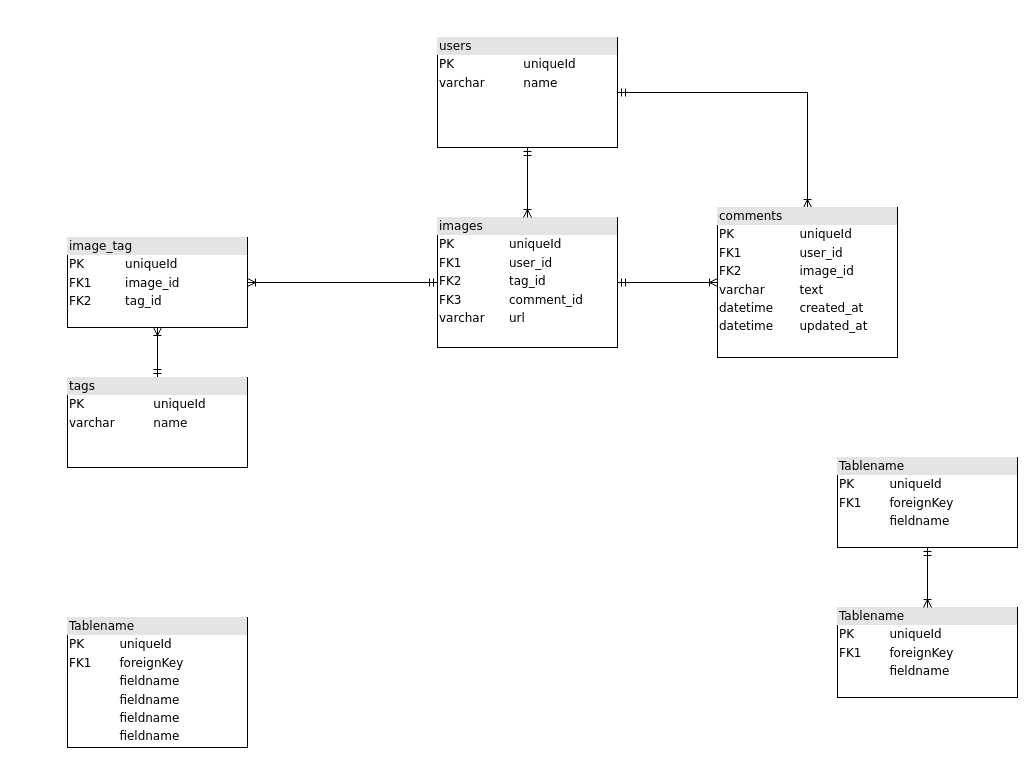
Before: Untitled Diagram.drawio in demagoit/WEB_Project, a draw.io diagram. Source tidied: cells renumbered, new cells numbered last; positions are measured from the earlier drawing's top-left corner, leaving out a move shared by most shapes. Both pictures are drawn from the tidied source at 100%, with x=0, y=0 at pixel (67, 37).
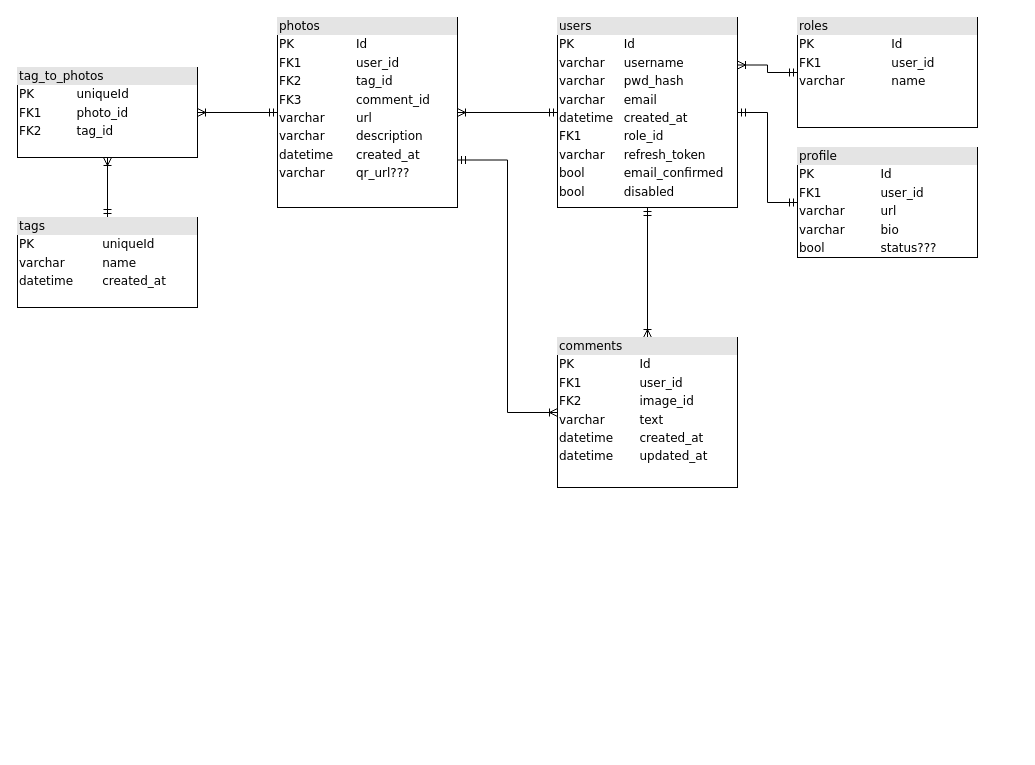
After the change.

Commit message:
DB_schema_upd_16.05.24

Change to the diagram source:
```diff
@@
 <mxGraphModel>
   <root>
     <mxCell id="0" />
     <mxCell id="1" parent="0" />
-    <mxCell id="2" value="&lt;div style=&quot;box-sizing:border-box;width:100%;background:#e4e4e4;padding:2px;&quot;&gt;Tablename&lt;/div&gt;&lt;table style=&quot;width:100%;font-size:1em;&quot; cellpadding=&quot;2&quot; cellspacing=&quot;0&quot;&gt;&lt;tr&gt;&lt;td&gt;PK&lt;/td&gt;&lt;td&gt;uniqueId&lt;/td&gt;&lt;/tr&gt;&lt;tr&gt;&lt;td&gt;FK1&lt;/td&gt;&lt;td&gt;foreignKey&lt;/td&gt;&lt;/tr&gt;&lt;tr&gt;&lt;td&gt;&lt;/td&gt;&lt;td&gt;fieldname&lt;/td&gt;&lt;/tr&gt;&lt;/table&gt;" style="verticalAlign=top;align=left;overflow=fill;html=1;rounded=0;shadow=0;comic=0;labelBackgroundColor=none;strokeWidth=1;fontFamily=Verdana;fontSize=12;" parent="1" vertex="1">
-      <mxGeometry x="770" y="420" width="180" height="90" as="geometry" />
-    </mxCell>
-    <mxCell id="3" style="edgeStyle=orthogonalEdgeStyle;rounded=0;jettySize=auto;html=1;startArrow=ERmandOne;startFill=0;endArrow=ERoneToMany;endFill=0;" parent="1" edge="1" source="4" target="13">
+    <mxCell id="3" style="edgeStyle=orthogonalEdgeStyle;rounded=0;jettySize=auto;html=1;startArrow=ERmandOne;startFill=0;endArrow=ERoneToMany;endFill=0;entryX=0;entryY=0.5;entryDx=0;entryDy=0;exitX=1;exitY=0.75;exitDx=0;exitDy=0;" parent="1" edge="1" source="4" target="13">
       <mxGeometry relative="1" as="geometry" />
     </mxCell>
-    <mxCell id="4" value="&lt;div style=&quot;box-sizing: border-box ; width: 100% ; background: #e4e4e4 ; padding: 2px&quot;&gt;images&lt;/div&gt;&lt;table style=&quot;width: 100% ; font-size: 1em&quot; cellpadding=&quot;2&quot; cellspacing=&quot;0&quot;&gt;&lt;tbody&gt;&lt;tr&gt;&lt;td&gt;PK&lt;/td&gt;&lt;td&gt;uniqueId&lt;/td&gt;&lt;/tr&gt;&lt;tr&gt;&lt;td&gt;FK1&lt;/td&gt;&lt;td&gt;user_id&lt;/td&gt;&lt;/tr&gt;&lt;tr&gt;&lt;td&gt;FK2&lt;/td&gt;&lt;td&gt;tag_id&lt;/td&gt;&lt;/tr&gt;&lt;tr&gt;&lt;td&gt;FK3&lt;br&gt;&lt;/td&gt;&lt;td&gt;comment_id&lt;br&gt;&lt;/td&gt;&lt;/tr&gt;&lt;tr&gt;&lt;td&gt;varchar&lt;br&gt;&lt;/td&gt;&lt;td&gt;url&lt;br&gt;&lt;/td&gt;&lt;/tr&gt;&lt;tr&gt;&lt;td&gt;&lt;br&gt;&lt;/td&gt;&lt;td&gt;&lt;br&gt;&lt;/td&gt;&lt;/tr&gt;&lt;/tbody&gt;&lt;/table&gt;" style="verticalAlign=top;align=left;overflow=fill;html=1;rounded=0;shadow=0;comic=0;labelBackgroundColor=none;strokeWidth=1;fontFamily=Verdana;fontSize=12;" parent="1" vertex="1">
-      <mxGeometry x="370" y="180" width="180" height="130" as="geometry" />
+    <mxCell id="4" value="&lt;div style=&quot;box-sizing: border-box ; width: 100% ; background: #e4e4e4 ; padding: 2px&quot;&gt;photos&lt;/div&gt;&lt;table style=&quot;width: 100% ; font-size: 1em&quot; cellpadding=&quot;2&quot; cellspacing=&quot;0&quot;&gt;&lt;tbody&gt;&lt;tr&gt;&lt;td&gt;PK&lt;/td&gt;&lt;td&gt;Id&lt;/td&gt;&lt;/tr&gt;&lt;tr&gt;&lt;td&gt;FK1&lt;/td&gt;&lt;td&gt;user_id&lt;/td&gt;&lt;/tr&gt;&lt;tr&gt;&lt;td&gt;FK2&lt;/td&gt;&lt;td&gt;tag_id&lt;/td&gt;&lt;/tr&gt;&lt;tr&gt;&lt;td&gt;FK3&lt;br&gt;&lt;/td&gt;&lt;td&gt;comment_id&lt;br&gt;&lt;/td&gt;&lt;/tr&gt;&lt;tr&gt;&lt;td&gt;varchar&lt;br&gt;&lt;/td&gt;&lt;td&gt;url&lt;br&gt;&lt;/td&gt;&lt;/tr&gt;&lt;tr&gt;&lt;td&gt;varchar&lt;/td&gt;&lt;td&gt;description&lt;/td&gt;&lt;/tr&gt;&lt;tr&gt;&lt;td&gt;datetime&lt;/td&gt;&lt;td&gt;created_at&lt;/td&gt;&lt;/tr&gt;&lt;tr&gt;&lt;td&gt;varchar&lt;/td&gt;&lt;td&gt;qr_url???&lt;/td&gt;&lt;/tr&gt;&lt;tr&gt;&lt;td&gt;&lt;br&gt;&lt;/td&gt;&lt;td&gt;&lt;br&gt;&lt;/td&gt;&lt;/tr&gt;&lt;tr&gt;&lt;td&gt;&lt;br&gt;&lt;/td&gt;&lt;td&gt;&lt;br&gt;&lt;/td&gt;&lt;/tr&gt;&lt;tr&gt;&lt;td&gt;&lt;br&gt;&lt;/td&gt;&lt;td&gt;&lt;br&gt;&lt;/td&gt;&lt;/tr&gt;&lt;/tbody&gt;&lt;/table&gt;" style="verticalAlign=top;align=left;overflow=fill;html=1;rounded=0;shadow=0;comic=0;labelBackgroundColor=none;strokeWidth=1;fontFamily=Verdana;fontSize=12;" parent="1" vertex="1">
+      <mxGeometry x="210" y="-20" width="180" height="190" as="geometry" />
     </mxCell>
     <mxCell id="5" style="edgeStyle=orthogonalEdgeStyle;html=1;labelBackgroundColor=none;startArrow=ERmandOne;endArrow=ERoneToMany;fontFamily=Verdana;fontSize=12;align=left;" parent="1" edge="1" source="6" target="8">
       <mxGeometry relative="1" as="geometry" />
     </mxCell>
-    <mxCell id="6" value="&lt;div style=&quot;box-sizing: border-box ; width: 100% ; background: #e4e4e4 ; padding: 2px&quot;&gt;tags&lt;/div&gt;&lt;table style=&quot;width: 100% ; font-size: 1em&quot; cellpadding=&quot;2&quot; cellspacing=&quot;0&quot;&gt;&lt;tbody&gt;&lt;tr&gt;&lt;td&gt;PK&lt;/td&gt;&lt;td&gt;uniqueId&lt;/td&gt;&lt;/tr&gt;&lt;tr&gt;&lt;td&gt;varchar&lt;/td&gt;&lt;td&gt;name&lt;/td&gt;&lt;/tr&gt;&lt;tr&gt;&lt;td&gt;&lt;/td&gt;&lt;td&gt;&lt;br&gt;&lt;/td&gt;&lt;/tr&gt;&lt;tr&gt;&lt;td&gt;&lt;br&gt;&lt;/td&gt;&lt;td&gt;&lt;br&gt;&lt;/td&gt;&lt;/tr&gt;&lt;/tbody&gt;&lt;/table&gt;" style="verticalAlign=top;align=left;overflow=fill;html=1;rounded=0;shadow=0;comic=0;labelBackgroundColor=none;strokeWidth=1;fontFamily=Verdana;fontSize=12;" parent="1" vertex="1">
-      <mxGeometry y="340" width="180" height="90" as="geometry" />
+    <mxCell id="6" value="&lt;div style=&quot;box-sizing: border-box ; width: 100% ; background: #e4e4e4 ; padding: 2px&quot;&gt;tags&lt;/div&gt;&lt;table style=&quot;width: 100% ; font-size: 1em&quot; cellpadding=&quot;2&quot; cellspacing=&quot;0&quot;&gt;&lt;tbody&gt;&lt;tr&gt;&lt;td&gt;PK&lt;/td&gt;&lt;td&gt;uniqueId&lt;/td&gt;&lt;/tr&gt;&lt;tr&gt;&lt;td&gt;varchar&lt;/td&gt;&lt;td&gt;name&lt;/td&gt;&lt;/tr&gt;&lt;tr&gt;&lt;td&gt;datetime&lt;/td&gt;&lt;td&gt;created_at&lt;/td&gt;&lt;/tr&gt;&lt;tr&gt;&lt;td&gt;&lt;br&gt;&lt;/td&gt;&lt;td&gt;&lt;br&gt;&lt;/td&gt;&lt;/tr&gt;&lt;/tbody&gt;&lt;/table&gt;" style="verticalAlign=top;align=left;overflow=fill;html=1;rounded=0;shadow=0;comic=0;labelBackgroundColor=none;strokeWidth=1;fontFamily=Verdana;fontSize=12;" parent="1" vertex="1">
+      <mxGeometry x="-50" y="180" width="180" height="90" as="geometry" />
     </mxCell>
     <mxCell id="7" style="edgeStyle=orthogonalEdgeStyle;rounded=0;jettySize=auto;html=1;entryX=0;entryY=0.5;entryDx=0;entryDy=0;startArrow=ERoneToMany;startFill=0;endArrow=ERmandOne;endFill=0;" parent="1" edge="1" source="8" target="4">
       <mxGeometry relative="1" as="geometry" />
     </mxCell>
-    <mxCell id="8" value="&lt;div style=&quot;box-sizing: border-box ; width: 100% ; background: #e4e4e4 ; padding: 2px&quot;&gt;image_tag&lt;/div&gt;&lt;table style=&quot;width: 100% ; font-size: 1em&quot; cellpadding=&quot;2&quot; cellspacing=&quot;0&quot;&gt;&lt;tbody&gt;&lt;tr&gt;&lt;td&gt;PK&lt;/td&gt;&lt;td&gt;uniqueId&lt;/td&gt;&lt;/tr&gt;&lt;tr&gt;&lt;td&gt;FK1&lt;/td&gt;&lt;td&gt;image_id&lt;/td&gt;&lt;/tr&gt;&lt;tr&gt;&lt;td&gt;FK2&lt;/td&gt;&lt;td&gt;tag_id&lt;/td&gt;&lt;/tr&gt;&lt;tr&gt;&lt;td&gt;&lt;br&gt;&lt;/td&gt;&lt;td&gt;&lt;br&gt;&lt;/td&gt;&lt;/tr&gt;&lt;/tbody&gt;&lt;/table&gt;" style="verticalAlign=top;align=left;overflow=fill;html=1;rounded=0;shadow=0;comic=0;labelBackgroundColor=none;strokeWidth=1;fontFamily=Verdana;fontSize=12;" parent="1" vertex="1">
-      <mxGeometry y="200" width="180" height="90" as="geometry" />
+    <mxCell id="8" value="&lt;div style=&quot;box-sizing: border-box ; width: 100% ; background: #e4e4e4 ; padding: 2px&quot;&gt;tag_to_photos&lt;/div&gt;&lt;table style=&quot;width: 100% ; font-size: 1em&quot; cellpadding=&quot;2&quot; cellspacing=&quot;0&quot;&gt;&lt;tbody&gt;&lt;tr&gt;&lt;td&gt;PK&lt;/td&gt;&lt;td&gt;uniqueId&lt;/td&gt;&lt;/tr&gt;&lt;tr&gt;&lt;td&gt;FK1&lt;/td&gt;&lt;td&gt;photo_id&lt;/td&gt;&lt;/tr&gt;&lt;tr&gt;&lt;td&gt;FK2&lt;/td&gt;&lt;td&gt;tag_id&lt;/td&gt;&lt;/tr&gt;&lt;tr&gt;&lt;td&gt;&lt;br&gt;&lt;/td&gt;&lt;td&gt;&lt;br&gt;&lt;/td&gt;&lt;/tr&gt;&lt;/tbody&gt;&lt;/table&gt;" style="verticalAlign=top;align=left;overflow=fill;html=1;rounded=0;shadow=0;comic=0;labelBackgroundColor=none;strokeWidth=1;fontFamily=Verdana;fontSize=12;" parent="1" vertex="1">
+      <mxGeometry x="-50" y="30" width="180" height="90" as="geometry" />
     </mxCell>
-    <mxCell id="9" value="&lt;div style=&quot;box-sizing:border-box;width:100%;background:#e4e4e4;padding:2px;&quot;&gt;Tablename&lt;/div&gt;&lt;table style=&quot;width:100%;font-size:1em;&quot; cellpadding=&quot;2&quot; cellspacing=&quot;0&quot;&gt;&lt;tr&gt;&lt;td&gt;PK&lt;/td&gt;&lt;td&gt;uniqueId&lt;/td&gt;&lt;/tr&gt;&lt;tr&gt;&lt;td&gt;FK1&lt;/td&gt;&lt;td&gt;foreignKey&lt;/td&gt;&lt;/tr&gt;&lt;tr&gt;&lt;td&gt;&lt;/td&gt;&lt;td&gt;fieldname&lt;/td&gt;&lt;/tr&gt;&lt;/table&gt;" style="verticalAlign=top;align=left;overflow=fill;html=1;rounded=0;shadow=0;comic=0;labelBackgroundColor=none;strokeWidth=1;fontFamily=Verdana;fontSize=12;" parent="1" vertex="1">
-      <mxGeometry x="770" y="570" width="180" height="90" as="geometry" />
-    </mxCell>
-    <mxCell id="10" style="edgeStyle=orthogonalEdgeStyle;rounded=0;jettySize=auto;html=1;startArrow=ERmandOne;startFill=0;endArrow=ERoneToMany;endFill=0;" parent="1" edge="1" source="12" target="13">
+    <mxCell id="10" style="edgeStyle=orthogonalEdgeStyle;rounded=0;jettySize=auto;html=1;startArrow=ERmandOne;startFill=0;endArrow=ERoneToMany;endFill=0;exitX=0.5;exitY=1;exitDx=0;exitDy=0;entryX=0.5;entryY=0;entryDx=0;entryDy=0;" parent="1" edge="1" source="12" target="13">
       <mxGeometry relative="1" as="geometry" />
     </mxCell>
     <mxCell id="11" style="edgeStyle=orthogonalEdgeStyle;rounded=0;jettySize=auto;html=1;startArrow=ERmandOne;startFill=0;endArrow=ERoneToMany;endFill=0;" parent="1" edge="1" source="12" target="4">
       <mxGeometry relative="1" as="geometry" />
     </mxCell>
+    <mxCell id="16" style="edgeStyle=orthogonalEdgeStyle;rounded=0;jettySize=auto;html=1;exitX=1;exitY=0.5;exitDx=0;exitDy=0;startArrow=ERmandOne;startFill=0;endArrow=ERmandOne;endFill=0;" parent="1" edge="1" source="12" target="18">
+      <mxGeometry relative="1" as="geometry" />
+    </mxCell>
+    <mxCell id="17" style="edgeStyle=orthogonalEdgeStyle;rounded=0;jettySize=auto;html=1;exitX=1;exitY=0.25;exitDx=0;exitDy=0;entryX=0;entryY=0.5;entryDx=0;entryDy=0;startArrow=ERoneToMany;startFill=0;endArrow=ERmandOne;endFill=0;" parent="1" edge="1" source="12" target="19">
+      <mxGeometry relative="1" as="geometry" />
+    </mxCell>
-    <mxCell id="12" value="&lt;div style=&quot;box-sizing: border-box ; width: 100% ; background: #e4e4e4 ; padding: 2px&quot;&gt;users&lt;/div&gt;&lt;table style=&quot;width: 100% ; font-size: 1em&quot; cellpadding=&quot;2&quot; cellspacing=&quot;0&quot;&gt;&lt;tbody&gt;&lt;tr&gt;&lt;td&gt;PK&lt;/td&gt;&lt;td&gt;uniqueId&lt;/td&gt;&lt;/tr&gt;&lt;tr&gt;&lt;td&gt;varchar&lt;/td&gt;&lt;td&gt;name&lt;/td&gt;&lt;/tr&gt;&lt;tr&gt;&lt;td&gt;&lt;/td&gt;&lt;td&gt;&lt;br&gt;&lt;/td&gt;&lt;/tr&gt;&lt;tr&gt;&lt;td&gt;&lt;br&gt;&lt;/td&gt;&lt;td&gt;&lt;br&gt;&lt;/td&gt;&lt;/tr&gt;&lt;tr&gt;&lt;td&gt;&lt;br&gt;&lt;/td&gt;&lt;td&gt;&lt;br&gt;&lt;/td&gt;&lt;/tr&gt;&lt;/tbody&gt;&lt;/table&gt;" style="verticalAlign=top;align=left;overflow=fill;html=1;rounded=0;shadow=0;comic=0;labelBackgroundColor=none;strokeWidth=1;fontFamily=Verdana;fontSize=12;" parent="1" vertex="1">
-      <mxGeometry x="370" width="180" height="110" as="geometry" />
+    <mxCell id="12" value="&lt;div style=&quot;box-sizing: border-box ; width: 100% ; background: #e4e4e4 ; padding: 2px&quot;&gt;users&lt;/div&gt;&lt;table style=&quot;width: 100% ; font-size: 1em&quot; cellpadding=&quot;2&quot; cellspacing=&quot;0&quot;&gt;&lt;tbody&gt;&lt;tr&gt;&lt;td&gt;PK&lt;/td&gt;&lt;td&gt;Id&lt;/td&gt;&lt;/tr&gt;&lt;tr&gt;&lt;td&gt;varchar&lt;/td&gt;&lt;td&gt;username&lt;/td&gt;&lt;/tr&gt;&lt;tr&gt;&lt;td&gt;varchar&lt;/td&gt;&lt;td&gt;pwd_hash&lt;/td&gt;&lt;/tr&gt;&lt;tr&gt;&lt;td&gt;varchar&lt;/td&gt;&lt;td&gt;email&lt;/td&gt;&lt;/tr&gt;&lt;tr&gt;&lt;td&gt;datetime&lt;/td&gt;&lt;td&gt;created_at&lt;/td&gt;&lt;/tr&gt;&lt;tr&gt;&lt;td&gt;FK1&lt;/td&gt;&lt;td&gt;role_id&lt;/td&gt;&lt;/tr&gt;&lt;tr&gt;&lt;td&gt;varchar&lt;/td&gt;&lt;td&gt;refresh_token&lt;/td&gt;&lt;/tr&gt;&lt;tr&gt;&lt;td&gt;bool&lt;/td&gt;&lt;td&gt;email_confirmed&lt;/td&gt;&lt;/tr&gt;&lt;tr&gt;&lt;td&gt;bool&lt;/td&gt;&lt;td&gt;disabled&lt;/td&gt;&lt;/tr&gt;&lt;tr&gt;&lt;td&gt;&lt;br&gt;&lt;/td&gt;&lt;td&gt;&lt;br&gt;&lt;/td&gt;&lt;/tr&gt;&lt;tr&gt;&lt;td&gt;&lt;br&gt;&lt;/td&gt;&lt;td&gt;&lt;br&gt;&lt;/td&gt;&lt;/tr&gt;&lt;/tbody&gt;&lt;/table&gt;" style="verticalAlign=top;align=left;overflow=fill;html=1;rounded=0;shadow=0;comic=0;labelBackgroundColor=none;strokeWidth=1;fontFamily=Verdana;fontSize=12;" parent="1" vertex="1">
+      <mxGeometry x="490" y="-20" width="180" height="190" as="geometry" />
     </mxCell>
-    <mxCell id="13" value="&lt;div style=&quot;box-sizing: border-box ; width: 100% ; background: #e4e4e4 ; padding: 2px&quot;&gt;comments&lt;br&gt;&lt;/div&gt;&lt;table style=&quot;width: 100% ; font-size: 1em&quot; cellpadding=&quot;2&quot; cellspacing=&quot;0&quot;&gt;&lt;tbody&gt;&lt;tr&gt;&lt;td&gt;PK&lt;/td&gt;&lt;td&gt;uniqueId&lt;/td&gt;&lt;/tr&gt;&lt;tr&gt;&lt;td&gt;FK1&lt;/td&gt;&lt;td&gt;user_id&lt;/td&gt;&lt;/tr&gt;&lt;tr&gt;&lt;td&gt;FK2&lt;/td&gt;&lt;td&gt;image_id&lt;/td&gt;&lt;/tr&gt;&lt;tr&gt;&lt;td&gt;varchar&lt;br&gt;&lt;/td&gt;&lt;td&gt;text&lt;br&gt;&lt;/td&gt;&lt;/tr&gt;&lt;tr&gt;&lt;td&gt;datetime&lt;/td&gt;&lt;td&gt;created_at&lt;br&gt;&lt;/td&gt;&lt;/tr&gt;&lt;tr&gt;&lt;td&gt;datetime&lt;br&gt;&lt;/td&gt;&lt;td&gt;updated_at&lt;br&gt;&lt;/td&gt;&lt;/tr&gt;&lt;tr&gt;&lt;td&gt;&lt;br&gt;&lt;/td&gt;&lt;td&gt;&lt;br&gt;&lt;/td&gt;&lt;/tr&gt;&lt;tr&gt;&lt;td&gt;&lt;br&gt;&lt;/td&gt;&lt;td&gt;&lt;br&gt;&lt;/td&gt;&lt;/tr&gt;&lt;tr&gt;&lt;td&gt;&lt;br&gt;&lt;/td&gt;&lt;td&gt;&lt;br&gt;&lt;/td&gt;&lt;/tr&gt;&lt;tr&gt;&lt;td&gt;&lt;br&gt;&lt;/td&gt;&lt;td&gt;&lt;br&gt;&lt;/td&gt;&lt;/tr&gt;&lt;tr&gt;&lt;td&gt;&lt;br&gt;&lt;/td&gt;&lt;td&gt;&lt;br&gt;&lt;/td&gt;&lt;/tr&gt;&lt;tr&gt;&lt;td&gt;&lt;br&gt;&lt;/td&gt;&lt;td&gt;&lt;br&gt;&lt;/td&gt;&lt;/tr&gt;&lt;tr&gt;&lt;td&gt;&lt;br&gt;&lt;/td&gt;&lt;td&gt;&lt;br&gt;&lt;/td&gt;&lt;/tr&gt;&lt;tr&gt;&lt;td&gt;&lt;br&gt;&lt;/td&gt;&lt;td&gt;&lt;br&gt;&lt;/td&gt;&lt;/tr&gt;&lt;tr&gt;&lt;td&gt;&lt;br&gt;&lt;/td&gt;&lt;td&gt;&lt;br&gt;&lt;/td&gt;&lt;/tr&gt;&lt;tr&gt;&lt;td&gt;&lt;br&gt;&lt;/td&gt;&lt;td&gt;&lt;br&gt;&lt;/td&gt;&lt;/tr&gt;&lt;tr&gt;&lt;td&gt;&lt;br&gt;&lt;/td&gt;&lt;td&gt;&lt;br&gt;&lt;/td&gt;&lt;/tr&gt;&lt;/tbody&gt;&lt;/table&gt;" style="verticalAlign=top;align=left;overflow=fill;html=1;rounded=0;shadow=0;comic=0;labelBackgroundColor=none;strokeWidth=1;fontFamily=Verdana;fontSize=12;" parent="1" vertex="1">
-      <mxGeometry x="650" y="170" width="180" height="150" as="geometry" />
+    <mxCell id="13" value="&lt;div style=&quot;box-sizing: border-box ; width: 100% ; background: #e4e4e4 ; padding: 2px&quot;&gt;comments&lt;br&gt;&lt;/div&gt;&lt;table style=&quot;width: 100% ; font-size: 1em&quot; cellpadding=&quot;2&quot; cellspacing=&quot;0&quot;&gt;&lt;tbody&gt;&lt;tr&gt;&lt;td&gt;PK&lt;/td&gt;&lt;td&gt;Id&lt;/td&gt;&lt;/tr&gt;&lt;tr&gt;&lt;td&gt;FK1&lt;/td&gt;&lt;td&gt;user_id&lt;/td&gt;&lt;/tr&gt;&lt;tr&gt;&lt;td&gt;FK2&lt;/td&gt;&lt;td&gt;image_id&lt;/td&gt;&lt;/tr&gt;&lt;tr&gt;&lt;td&gt;varchar&lt;br&gt;&lt;/td&gt;&lt;td&gt;text&lt;br&gt;&lt;/td&gt;&lt;/tr&gt;&lt;tr&gt;&lt;td&gt;datetime&lt;/td&gt;&lt;td&gt;created_at&lt;br&gt;&lt;/td&gt;&lt;/tr&gt;&lt;tr&gt;&lt;td&gt;datetime&lt;br&gt;&lt;/td&gt;&lt;td&gt;updated_at&lt;br&gt;&lt;/td&gt;&lt;/tr&gt;&lt;tr&gt;&lt;td&gt;&lt;br&gt;&lt;/td&gt;&lt;td&gt;&lt;br&gt;&lt;/td&gt;&lt;/tr&gt;&lt;tr&gt;&lt;td&gt;&lt;br&gt;&lt;/td&gt;&lt;td&gt;&lt;br&gt;&lt;/td&gt;&lt;/tr&gt;&lt;tr&gt;&lt;td&gt;&lt;br&gt;&lt;/td&gt;&lt;td&gt;&lt;br&gt;&lt;/td&gt;&lt;/tr&gt;&lt;tr&gt;&lt;td&gt;&lt;br&gt;&lt;/td&gt;&lt;td&gt;&lt;br&gt;&lt;/td&gt;&lt;/tr&gt;&lt;tr&gt;&lt;td&gt;&lt;br&gt;&lt;/td&gt;&lt;td&gt;&lt;br&gt;&lt;/td&gt;&lt;/tr&gt;&lt;tr&gt;&lt;td&gt;&lt;br&gt;&lt;/td&gt;&lt;td&gt;&lt;br&gt;&lt;/td&gt;&lt;/tr&gt;&lt;tr&gt;&lt;td&gt;&lt;br&gt;&lt;/td&gt;&lt;td&gt;&lt;br&gt;&lt;/td&gt;&lt;/tr&gt;&lt;tr&gt;&lt;td&gt;&lt;br&gt;&lt;/td&gt;&lt;td&gt;&lt;br&gt;&lt;/td&gt;&lt;/tr&gt;&lt;tr&gt;&lt;td&gt;&lt;br&gt;&lt;/td&gt;&lt;td&gt;&lt;br&gt;&lt;/td&gt;&lt;/tr&gt;&lt;tr&gt;&lt;td&gt;&lt;br&gt;&lt;/td&gt;&lt;td&gt;&lt;br&gt;&lt;/td&gt;&lt;/tr&gt;&lt;tr&gt;&lt;td&gt;&lt;br&gt;&lt;/td&gt;&lt;td&gt;&lt;br&gt;&lt;/td&gt;&lt;/tr&gt;&lt;/tbody&gt;&lt;/table&gt;" style="verticalAlign=top;align=left;overflow=fill;html=1;rounded=0;shadow=0;comic=0;labelBackgroundColor=none;strokeWidth=1;fontFamily=Verdana;fontSize=12;" parent="1" vertex="1">
+      <mxGeometry x="490" y="300" width="180" height="150" as="geometry" />
     </mxCell>
-    <mxCell id="14" value="&lt;div style=&quot;box-sizing: border-box ; width: 100% ; background: #e4e4e4 ; padding: 2px&quot;&gt;Tablename&lt;/div&gt;&lt;table style=&quot;width: 100% ; font-size: 1em&quot; cellpadding=&quot;2&quot; cellspacing=&quot;0&quot;&gt;&lt;tbody&gt;&lt;tr&gt;&lt;td&gt;PK&lt;/td&gt;&lt;td&gt;uniqueId&lt;/td&gt;&lt;/tr&gt;&lt;tr&gt;&lt;td&gt;FK1&lt;/td&gt;&lt;td&gt;foreignKey&lt;/td&gt;&lt;/tr&gt;&lt;tr&gt;&lt;td&gt;&lt;/td&gt;&lt;td&gt;fieldname&lt;/td&gt;&lt;/tr&gt;&lt;tr&gt;&lt;td&gt;&lt;br&gt;&lt;/td&gt;&lt;td&gt;fieldname&lt;br&gt;&lt;/td&gt;&lt;/tr&gt;&lt;tr&gt;&lt;td&gt;&lt;br&gt;&lt;/td&gt;&lt;td&gt;fieldname&lt;br&gt;&lt;/td&gt;&lt;/tr&gt;&lt;tr&gt;&lt;td&gt;&lt;br&gt;&lt;/td&gt;&lt;td&gt;fieldname&lt;br&gt;&lt;/td&gt;&lt;/tr&gt;&lt;/tbody&gt;&lt;/table&gt;" style="verticalAlign=top;align=left;overflow=fill;html=1;rounded=0;shadow=0;comic=0;labelBackgroundColor=none;strokeWidth=1;fontFamily=Verdana;fontSize=12;" parent="1" vertex="1">
-      <mxGeometry y="580" width="180" height="130" as="geometry" />
-    </mxCell>
-    <mxCell id="15" style="edgeStyle=orthogonalEdgeStyle;html=1;endArrow=ERoneToMany;startArrow=ERmandOne;labelBackgroundColor=none;fontFamily=Verdana;fontSize=12;align=left;exitX=0.5;exitY=1;entryX=0.5;entryY=0;" parent="1" edge="1" source="2" target="9">
-      <mxGeometry relative="1" as="geometry" />
-    </mxCell>
+    <mxCell id="18" value="&lt;div style=&quot;box-sizing: border-box ; width: 100% ; background: #e4e4e4 ; padding: 2px&quot;&gt;profile&lt;/div&gt;&lt;table style=&quot;width: 100% ; font-size: 1em&quot; cellpadding=&quot;2&quot; cellspacing=&quot;0&quot;&gt;&lt;tbody&gt;&lt;tr&gt;&lt;td&gt;PK&lt;/td&gt;&lt;td&gt;Id&lt;/td&gt;&lt;/tr&gt;&lt;tr&gt;&lt;td&gt;FK1&lt;/td&gt;&lt;td&gt;user_id&lt;/td&gt;&lt;/tr&gt;&lt;tr&gt;&lt;td&gt;varchar&lt;/td&gt;&lt;td&gt;url&lt;/td&gt;&lt;/tr&gt;&lt;tr&gt;&lt;td&gt;varchar&lt;/td&gt;&lt;td&gt;bio&lt;/td&gt;&lt;/tr&gt;&lt;tr&gt;&lt;td&gt;bool&lt;/td&gt;&lt;td&gt;status???&lt;/td&gt;&lt;/tr&gt;&lt;/tbody&gt;&lt;/table&gt;" style="verticalAlign=top;align=left;overflow=fill;html=1;rounded=0;shadow=0;comic=0;labelBackgroundColor=none;strokeWidth=1;fontFamily=Verdana;fontSize=12;" parent="1" vertex="1">
+      <mxGeometry x="730" y="110" width="180" height="110" as="geometry" />
+    </mxCell>
+    <mxCell id="19" value="&lt;div style=&quot;box-sizing: border-box ; width: 100% ; background: #e4e4e4 ; padding: 2px&quot;&gt;roles&lt;/div&gt;&lt;table style=&quot;width: 100% ; font-size: 1em&quot; cellpadding=&quot;2&quot; cellspacing=&quot;0&quot;&gt;&lt;tbody&gt;&lt;tr&gt;&lt;td&gt;PK&lt;/td&gt;&lt;td&gt;Id&lt;/td&gt;&lt;/tr&gt;&lt;tr&gt;&lt;td&gt;FK1&lt;/td&gt;&lt;td&gt;user_id&lt;/td&gt;&lt;/tr&gt;&lt;tr&gt;&lt;td&gt;varchar&lt;/td&gt;&lt;td&gt;name&lt;/td&gt;&lt;/tr&gt;&lt;tr&gt;&lt;td&gt;&lt;br&gt;&lt;/td&gt;&lt;td&gt;&lt;br&gt;&lt;/td&gt;&lt;/tr&gt;&lt;tr&gt;&lt;td&gt;&lt;br&gt;&lt;/td&gt;&lt;td&gt;&lt;br&gt;&lt;/td&gt;&lt;/tr&gt;&lt;/tbody&gt;&lt;/table&gt;" style="verticalAlign=top;align=left;overflow=fill;html=1;rounded=0;shadow=0;comic=0;labelBackgroundColor=none;strokeWidth=1;fontFamily=Verdana;fontSize=12;" parent="1" vertex="1">
+      <mxGeometry x="730" y="-20" width="180" height="110" as="geometry" />
+    </mxCell>
   </root>
 </mxGraphModel>
```
